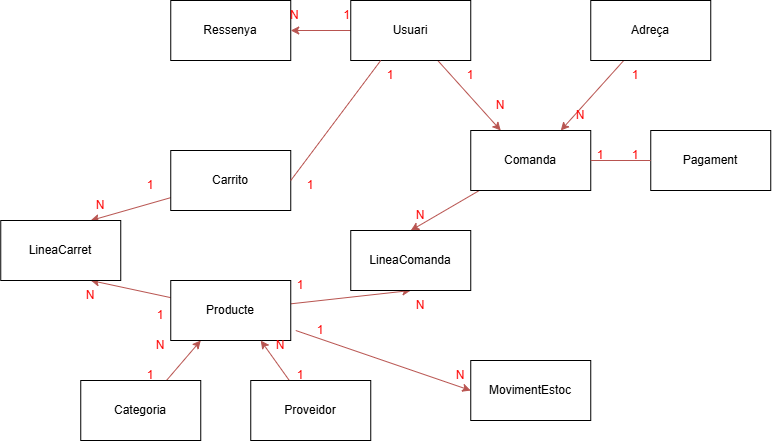
This is docs/diagrams/diagrama.png from crryzz9/backend_kakapos, a draw.io export, as it was before one commit. Source tidied: cells renumbered, new cells last; positions are measured from the earlier drawing's top-left corner, leaving out a move shared by most shapes.
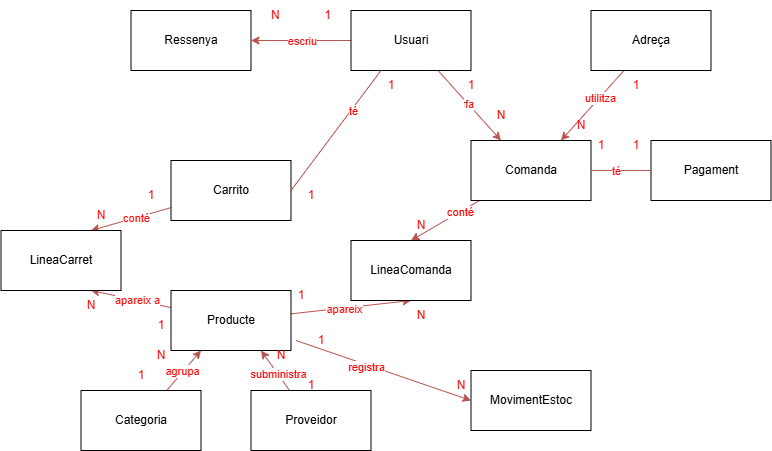
Later version of the same file.

Commit message:
diagrams: Actualizar relaciones del diagrama

Change to the diagram source:
```diff
@@ -5,21 +5,38 @@
     <mxCell id="2" style="edgeStyle=none;html=1;entryX=0.25;entryY=0;entryDx=0;entryDy=0;fillColor=#f8cecc;strokeColor=#b85450;" parent="1" edge="1" source="4" target="8">
       <mxGeometry relative="1" as="geometry" />
     </mxCell>
+    <mxCell id="49" value="fa" style="edgeLabel;html=1;align=center;verticalAlign=middle;" parent="2" vertex="1">
+      <mxGeometry x="-0.06" relative="1" as="geometry" />
+    </mxCell>
+    <mxCell id="50" value="&lt;span style=&quot;color: rgb(255, 9, 9);&quot;&gt;fa&lt;/span&gt;" style="edgeLabel;html=1;align=center;verticalAlign=middle;" parent="2" vertex="1">
+      <mxGeometry x="-0.05" relative="1" as="geometry" />
+    </mxCell>
     <mxCell id="3" style="edgeStyle=none;html=1;fillColor=#f8cecc;strokeColor=#b85450;" parent="1" edge="1" source="4" target="11">
       <mxGeometry relative="1" as="geometry" />
     </mxCell>
+    <mxCell id="51" value="&lt;span style=&quot;color: rgb(255, 9, 9);&quot;&gt;escriu&lt;/span&gt;" style="edgeLabel;html=1;align=center;verticalAlign=middle;" parent="3" vertex="1">
+      <mxGeometry x="0.46" y="5" relative="1" as="geometry">
+        <mxPoint x="23" y="-5" as="offset" />
+      </mxGeometry>
+    </mxCell>
     <mxCell id="4" value="Usuari" style="rounded=0;whiteSpace=wrap;html=1;" parent="1" vertex="1">
       <mxGeometry x="350" width="120" height="60" as="geometry" />
     </mxCell>
     <mxCell id="5" style="edgeStyle=none;html=1;entryX=0.75;entryY=0;entryDx=0;entryDy=0;fontColor=#FF0000;fillColor=#f8cecc;strokeColor=#b85450;" parent="1" edge="1" source="6" target="8">
       <mxGeometry relative="1" as="geometry" />
     </mxCell>
+    <mxCell id="52" value="&lt;span style=&quot;color: rgb(255, 9, 9);&quot;&gt;utilitza&lt;/span&gt;" style="edgeLabel;html=1;align=center;verticalAlign=middle;" parent="5" vertex="1">
+      <mxGeometry x="-0.24" relative="1" as="geometry" />
+    </mxCell>
     <mxCell id="6" value="Adreça" style="whiteSpace=wrap;html=1;" parent="1" vertex="1">
       <mxGeometry x="590" width="120" height="60" as="geometry" />
     </mxCell>
     <mxCell id="7" style="edgeStyle=none;html=1;entryX=0.5;entryY=0;entryDx=0;entryDy=0;fillColor=#f8cecc;strokeColor=#b85450;" parent="1" edge="1" source="8" target="24">
       <mxGeometry relative="1" as="geometry" />
     </mxCell>
+    <mxCell id="53" value="&lt;span style=&quot;color: rgb(255, 0, 0);&quot;&gt;conté&lt;/span&gt;" style="edgeLabel;html=1;align=center;verticalAlign=middle;" parent="7" vertex="1">
+      <mxGeometry x="-0.43" y="-1" relative="1" as="geometry" />
+    </mxCell>
     <mxCell id="8" value="Comanda" style="whiteSpace=wrap;html=1;" parent="1" vertex="1">
       <mxGeometry x="470" y="130" width="120" height="60" as="geometry" />
     </mxCell>
@@ -29,27 +46,47 @@
     <mxCell id="10" style="endArrow=none;html=1;entryX=0;entryY=0.5;entryDx=0;entryDy=0;exitX=1;exitY=0.5;exitDx=0;exitDy=0;fillColor=#f8cecc;strokeColor=#b85450;" parent="1" edge="1" source="8" target="9">
       <mxGeometry relative="1" as="geometry" />
     </mxCell>
+    <mxCell id="54" value="&lt;span style=&quot;color: rgb(255, 9, 9);&quot;&gt;té&lt;/span&gt;" style="edgeLabel;html=1;align=center;verticalAlign=middle;" parent="10" vertex="1">
+      <mxGeometry x="-0.19" relative="1" as="geometry" />
+    </mxCell>
     <mxCell id="11" value="Ressenya" style="whiteSpace=wrap;html=1;" parent="1" vertex="1">
-      <mxGeometry x="170" width="120" height="60" as="geometry" />
+      <mxGeometry x="130" width="120" height="60" as="geometry" />
     </mxCell>
     <mxCell id="12" style="edgeStyle=none;html=1;entryX=0.75;entryY=0;entryDx=0;entryDy=0;fillColor=#f8cecc;strokeColor=#b85450;" parent="1" edge="1" source="13" target="19">
       <mxGeometry relative="1" as="geometry" />
     </mxCell>
+    <mxCell id="55" value="&lt;span style=&quot;color: rgb(255, 9, 9);&quot;&gt;conté&lt;/span&gt;" style="edgeLabel;html=1;align=center;verticalAlign=middle;" parent="12" vertex="1">
+      <mxGeometry x="-0.11" relative="1" as="geometry" />
+    </mxCell>
     <mxCell id="13" value="Carrito" style="whiteSpace=wrap;html=1;" parent="1" vertex="1">
       <mxGeometry x="170" y="150" width="120" height="60" as="geometry" />
     </mxCell>
     <mxCell id="14" style="endArrow=none;html=1;entryX=0.25;entryY=1;entryDx=0;entryDy=0;exitX=1;exitY=0.5;exitDx=0;exitDy=0;fillColor=#f8cecc;strokeColor=#b85450;" parent="1" edge="1" source="13" target="4">
       <mxGeometry relative="1" as="geometry" />
     </mxCell>
+    <mxCell id="56" value="té" style="edgeLabel;html=1;align=center;verticalAlign=middle;fontColor=light-dark(#fa0000, #ededed);" parent="14" vertex="1">
+      <mxGeometry x="0.34" y="-2" relative="1" as="geometry">
+        <mxPoint y="-1" as="offset" />
+      </mxGeometry>
+    </mxCell>
     <mxCell id="15" style="edgeStyle=none;html=1;entryX=0.75;entryY=1;entryDx=0;entryDy=0;fillColor=#f8cecc;strokeColor=#b85450;" parent="1" edge="1" source="18" target="19">
       <mxGeometry relative="1" as="geometry" />
     </mxCell>
+    <mxCell id="57" value="&lt;span style=&quot;color: rgb(255, 9, 9);&quot;&gt;apareix &lt;/span&gt;&lt;span style=&quot;color: rgb(255, 9, 9);&quot;&gt;a&lt;/span&gt;" style="edgeLabel;html=1;align=center;verticalAlign=middle;" parent="15" vertex="1">
+      <mxGeometry x="-0.13" y="-1" relative="1" as="geometry" />
+    </mxCell>
     <mxCell id="16" style="edgeStyle=none;html=1;entryX=0.5;entryY=1;entryDx=0;entryDy=0;fillColor=#f8cecc;strokeColor=#b85450;" parent="1" edge="1" source="18" target="24">
       <mxGeometry relative="1" as="geometry" />
     </mxCell>
+    <mxCell id="58" value="&lt;span style=&quot;color: rgb(255, 9, 9);&quot;&gt;apareix&lt;/span&gt;" style="edgeLabel;html=1;align=center;verticalAlign=middle;" parent="16" vertex="1">
+      <mxGeometry x="-0.12" y="-1" relative="1" as="geometry" />
+    </mxCell>
     <mxCell id="17" style="edgeStyle=none;html=1;entryX=0;entryY=0.5;entryDx=0;entryDy=0;exitX=0.75;exitY=0;exitDx=0;exitDy=0;fillColor=#f8cecc;strokeColor=#b85450;" parent="1" edge="1" source="31" target="25">
       <mxGeometry relative="1" as="geometry" />
     </mxCell>
+    <mxCell id="59" value="&lt;span style=&quot;color: rgb(255, 0, 0);&quot;&gt;registra&lt;/span&gt;" style="edgeLabel;html=1;align=center;verticalAlign=middle;" parent="17" vertex="1">
+      <mxGeometry x="-0.2" y="-2" relative="1" as="geometry" />
+    </mxCell>
     <mxCell id="18" value="Producte" style="whiteSpace=wrap;html=1;" parent="1" vertex="1">
       <mxGeometry x="170" y="280" width="120" height="60" as="geometry" />
     </mxCell>
@@ -59,12 +96,20 @@
     <mxCell id="20" style="edgeStyle=none;html=1;entryX=0.25;entryY=1;entryDx=0;entryDy=0;fillColor=#f8cecc;strokeColor=#b85450;" parent="1" edge="1" source="21" target="18">
       <mxGeometry relative="1" as="geometry" />
     </mxCell>
+    <mxCell id="60" value="&lt;span style=&quot;color: rgb(255, 9, 9);&quot;&gt;agrupa&lt;/span&gt;" style="edgeLabel;html=1;align=center;verticalAlign=middle;" parent="20" vertex="1">
+      <mxGeometry x="-0.55" y="-1" relative="1" as="geometry">
+        <mxPoint x="6" y="-12" as="offset" />
+      </mxGeometry>
+    </mxCell>
     <mxCell id="21" value="Categoria" style="whiteSpace=wrap;html=1;" parent="1" vertex="1">
       <mxGeometry x="80" y="380" width="120" height="60" as="geometry" />
     </mxCell>
     <mxCell id="22" style="edgeStyle=none;html=1;entryX=0.75;entryY=1;entryDx=0;entryDy=0;fillColor=#f8cecc;strokeColor=#b85450;" parent="1" edge="1" source="23" target="18">
       <mxGeometry relative="1" as="geometry" />
     </mxCell>
+    <mxCell id="61" value="&lt;span style=&quot;color: rgb(255, 9, 9);&quot;&gt;subministra&lt;/span&gt;" style="edgeLabel;html=1;align=center;verticalAlign=middle;" parent="22" vertex="1">
+      <mxGeometry x="-0.13" relative="1" as="geometry" />
+    </mxCell>
     <mxCell id="23" value="Proveidor" style="whiteSpace=wrap;html=1;" parent="1" vertex="1">
       <mxGeometry x="250" y="380" width="120" height="60" as="geometry" />
     </mxCell>
@@ -75,7 +120,7 @@
       <mxGeometry x="470" y="360" width="120" height="60" as="geometry" />
     </mxCell>
     <mxCell id="26" value="N&lt;span style=&quot;white-space: pre;&quot;&gt;&#9;&lt;/span&gt;&lt;span style=&quot;white-space: pre;&quot;&gt;&#9;&lt;/span&gt;1" style="text;html=1;whiteSpace=wrap;align=center;verticalAlign=middle;rounded=0;fontColor=#FF0000;" parent="1" vertex="1">
-      <mxGeometry x="290" width="60" height="30" as="geometry" />
+      <mxGeometry x="250" y="-10" width="100" height="30" as="geometry" />
     </mxCell>
     <mxCell id="27" value="N" style="text;html=1;whiteSpace=wrap;align=center;verticalAlign=middle;rounded=0;fontColor=#FF0000;" parent="1" vertex="1">
       <mxGeometry x="470" y="90" width="60" height="30" as="geometry" />
@@ -125,19 +170,19 @@
       </mxGeometry>
     </mxCell>
     <mxCell id="42" value="1" style="text;html=1;whiteSpace=wrap;strokeColor=none;fillColor=none;align=center;verticalAlign=middle;rounded=0;fontColor=#FF0000;" parent="1" vertex="1">
-      <mxGeometry x="270" y="360" width="60" height="30" as="geometry" />
+      <mxGeometry x="280" y="360" width="60" height="30" as="geometry" />
     </mxCell>
     <mxCell id="43" value="1" style="text;html=1;whiteSpace=wrap;strokeColor=none;fillColor=none;align=center;verticalAlign=middle;rounded=0;fontColor=#FF0000;" parent="1" vertex="1">
-      <mxGeometry x="120" y="360" width="60" height="30" as="geometry" />
+      <mxGeometry x="110" y="350" width="60" height="30" as="geometry" />
     </mxCell>
     <mxCell id="44" value="1" style="text;html=1;whiteSpace=wrap;strokeColor=none;fillColor=none;align=center;verticalAlign=middle;rounded=0;fontColor=#FF0000;" parent="1" vertex="1">
       <mxGeometry x="605" y="60" width="60" height="30" as="geometry" />
     </mxCell>
     <mxCell id="45" value="1" style="text;html=1;whiteSpace=wrap;strokeColor=none;fillColor=none;align=center;verticalAlign=middle;rounded=0;fontColor=#FF0000;" parent="1" vertex="1">
-      <mxGeometry x="570" y="140" width="60" height="30" as="geometry" />
+      <mxGeometry x="570" y="120" width="60" height="30" as="geometry" />
     </mxCell>
     <mxCell id="46" value="1" style="text;html=1;whiteSpace=wrap;strokeColor=none;fillColor=none;align=center;verticalAlign=middle;rounded=0;fontColor=#FF0000;" parent="1" vertex="1">
-      <mxGeometry x="605" y="140" width="60" height="30" as="geometry" />
+      <mxGeometry x="605" y="120" width="60" height="30" as="geometry" />
     </mxCell>
     <mxCell id="47" value="1" style="text;html=1;whiteSpace=wrap;strokeColor=none;fillColor=none;align=center;verticalAlign=middle;rounded=0;fontColor=#FF0000;" parent="1" vertex="1">
       <mxGeometry x="290" y="315" width="60" height="30" as="geometry" />
```
